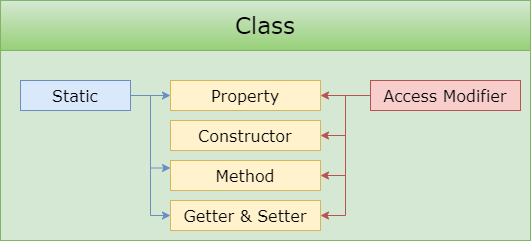
The draw.io diagram Assets/ClassComponents.png in gungunfebrianza/Belajar-Dengan-Jenius-DenoTheWKWKLand, before a commit. Source tidied: cells renumbered, new cells last; positions are measured from the earlier drawing's top-left corner, leaving out a move shared by most shapes.
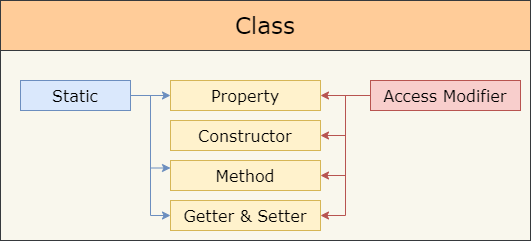
After the commit.

Commit message:
Add Asset ClassComponents

What changed in the source:
```diff
@@ -2,13 +2,13 @@
   <root>
     <mxCell id="0" />
     <mxCell id="1" parent="0" />
-    <mxCell id="2" style="rounded=0;whiteSpace=wrap;html=1;fontFamily=Verdana;fontSize=16;fillColor=#d5e8d4;strokeColor=#82b366;" parent="1" vertex="1">
+    <mxCell id="2" style="rounded=0;whiteSpace=wrap;html=1;fontFamily=Verdana;fontSize=16;fillColor=#f9f7ed;strokeColor=#36393d;" parent="1" vertex="1">
       <mxGeometry y="50" width="530" height="190" as="geometry" />
     </mxCell>
     <mxCell id="3" value="Constructor" style="rounded=0;whiteSpace=wrap;html=1;fontFamily=Verdana;fontSize=16;fillColor=#fff2cc;strokeColor=#d6b656;" parent="1" vertex="1">
       <mxGeometry x="170" y="120" width="150" height="30" as="geometry" />
     </mxCell>
-    <mxCell id="4" value="&lt;font style=&quot;font-size: 23px&quot;&gt;Class&lt;/font&gt;" style="rounded=0;whiteSpace=wrap;html=1;fontFamily=Verdana;fontSize=16;fillColor=#d5e8d4;strokeColor=#82b366;gradientColor=#97d077;" parent="1" vertex="1">
+    <mxCell id="4" value="&lt;font style=&quot;font-size: 23px&quot;&gt;Class&lt;/font&gt;" style="rounded=0;whiteSpace=wrap;html=1;fontFamily=Verdana;fontSize=16;fillColor=#ffcc99;strokeColor=#36393d;" parent="1" vertex="1">
       <mxGeometry width="530" height="50" as="geometry" />
     </mxCell>
     <mxCell id="5" value="Property" style="rounded=0;whiteSpace=wrap;html=1;fontFamily=Verdana;fontSize=16;fillColor=#fff2cc;strokeColor=#d6b656;" parent="1" vertex="1">
```
